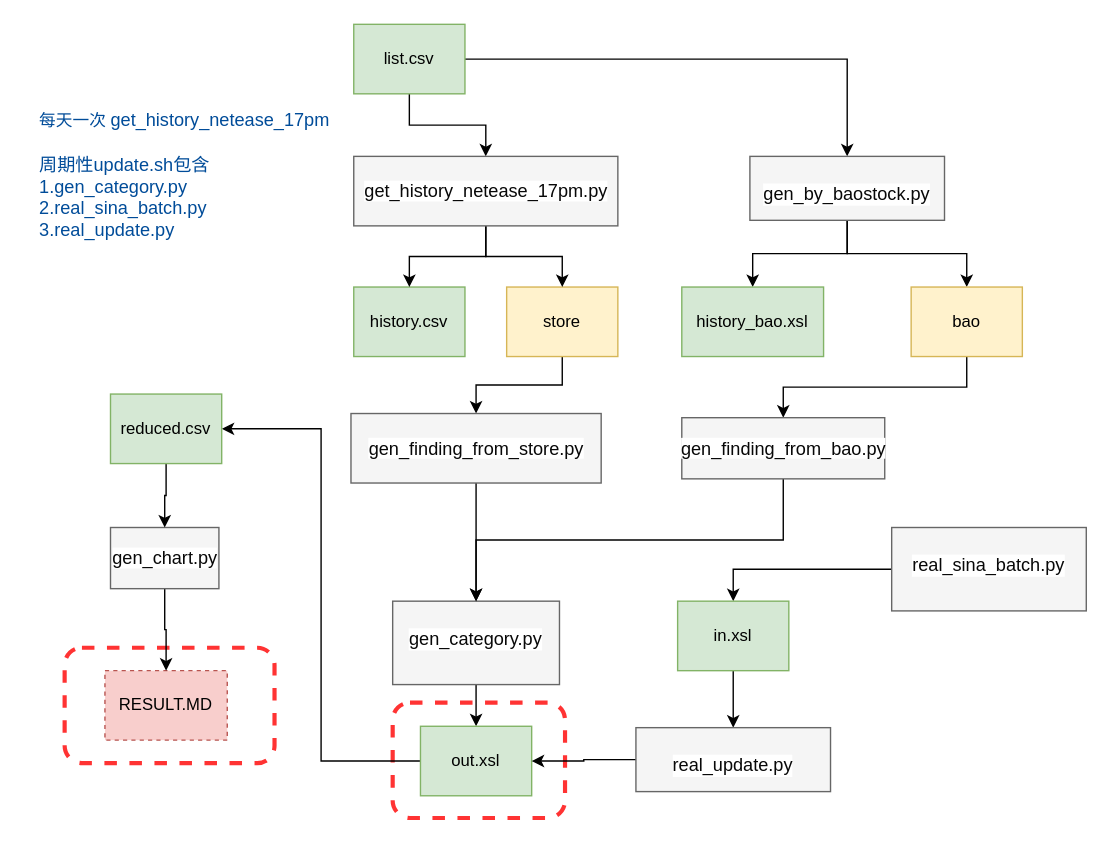
This is page "架构" (1 of 2) of arch.drawio from zbo/zboDoMess, a draw.io file, before an edit. Source tidied: cells renumbered, new cells numbered last; positions are measured from the earlier drawing's top-left corner, leaving out a move shared by most shapes. Both pictures are drawn from the tidied source at 139%, with x=0, y=0 at pixel (24, 24).
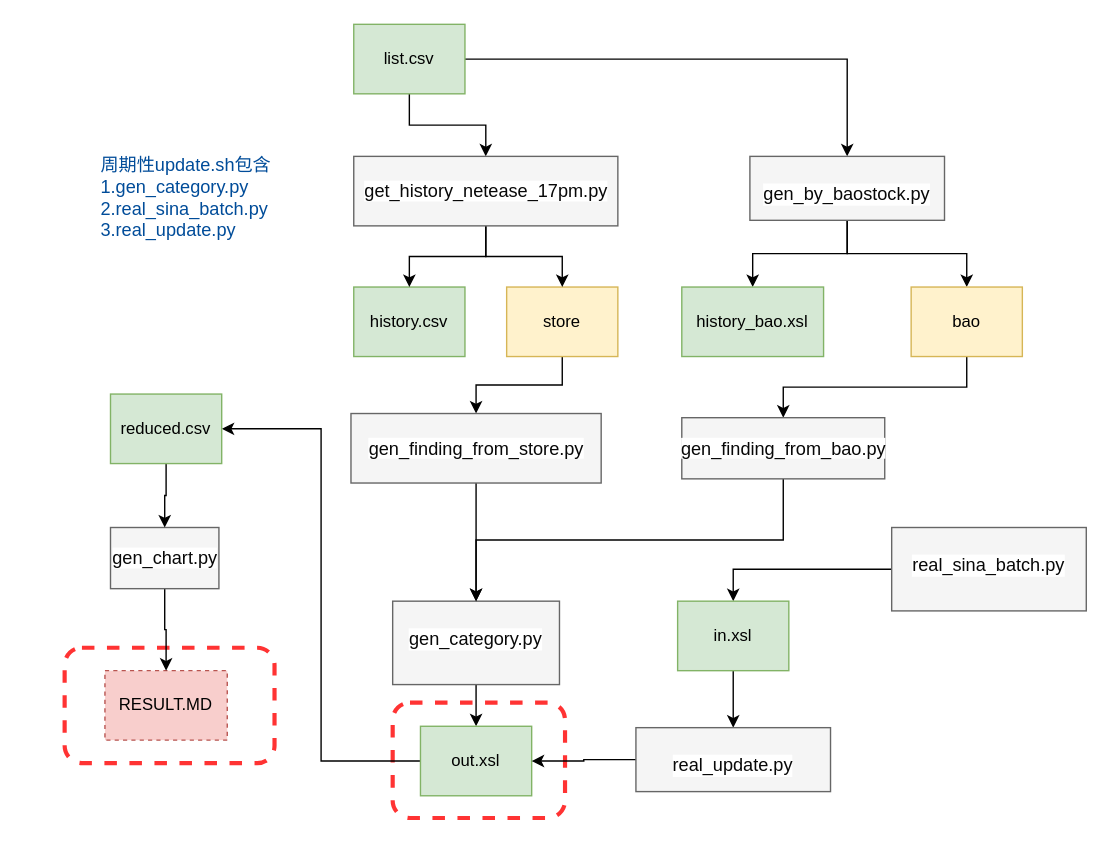
Above is the later version.

The edit, as a diff of the source:
```diff
@@
-    <mxCell id="27" value="&lt;div style=&quot;text-align: left&quot;&gt;&lt;span&gt;每天一次&amp;nbsp;&lt;/span&gt;&lt;span style=&quot;background-color: rgb(255, 255, 255); font-family: &amp;quot;.applesystemuifont&amp;quot;; font-size: 9.8pt;&quot;&gt;get_history_netease_17pm&lt;/span&gt;&lt;/div&gt;&lt;span style=&quot;background-color: rgb(255 , 255 , 255)&quot;&gt;&lt;div style=&quot;text-align: left&quot;&gt;&lt;font face=&quot;.applesystemuifont&quot;&gt;&lt;span style=&quot;font-size: 13.0667px&quot;&gt;&lt;br&gt;&lt;/span&gt;&lt;/font&gt;&lt;/div&gt;&lt;font face=&quot;.applesystemuifont&quot;&gt;&lt;div style=&quot;text-align: left&quot;&gt;&lt;span style=&quot;font-size: 9.8pt&quot;&gt;周期性update.sh包含&lt;/span&gt;&lt;/div&gt;&lt;/font&gt;&lt;font face=&quot;.applesystemuifont&quot;&gt;&lt;div style=&quot;text-align: left&quot;&gt;&lt;span style=&quot;font-size: 9.8pt&quot;&gt;1.&lt;/span&gt;&lt;span style=&quot;font-family: &amp;quot;.applesystemuifont&amp;quot; ; font-size: 9.8pt ; text-align: center&quot;&gt;gen_category.py&lt;/span&gt;&lt;/div&gt;&lt;div style=&quot;text-align: left&quot;&gt;&lt;span style=&quot;font-family: &amp;quot;.applesystemuifont&amp;quot; ; font-size: 9.8pt ; text-align: center&quot;&gt;2.&lt;/span&gt;&lt;span style=&quot;font-family: &amp;quot;.applesystemuifont&amp;quot; ; font-size: 9.8pt ; text-align: center&quot;&gt;real_sina_batch.py&lt;/span&gt;&lt;/div&gt;&lt;div style=&quot;text-align: left&quot;&gt;&lt;span style=&quot;font-family: &amp;quot;.applesystemuifont&amp;quot; ; font-size: 9.8pt ; text-align: center&quot;&gt;3.&lt;/span&gt;&lt;span style=&quot;font-family: &amp;quot;.applesystemuifont&amp;quot; ; font-size: 9.8pt ; text-align: center&quot;&gt;real_update.py&lt;/span&gt;&lt;/div&gt;&lt;/font&gt;&lt;/span&gt;" style="text;html=1;align=center;verticalAlign=middle;strokeColor=none;fontColor=#004C99;" parent="1" vertex="1">
-      <mxGeometry y="64" width="230" height="90" as="geometry" />
+    <mxCell id="27" value="&lt;div style=&quot;text-align: left&quot;&gt;&lt;br&gt;&lt;/div&gt;&lt;span style=&quot;background-color: rgb(255 , 255 , 255)&quot;&gt;&lt;div style=&quot;text-align: left&quot;&gt;&lt;font face=&quot;.applesystemuifont&quot;&gt;&lt;span style=&quot;font-size: 13.0667px&quot;&gt;&lt;br&gt;&lt;/span&gt;&lt;/font&gt;&lt;/div&gt;&lt;font face=&quot;.applesystemuifont&quot;&gt;&lt;div style=&quot;text-align: left&quot;&gt;&lt;span style=&quot;font-size: 9.8pt&quot;&gt;周期性update.sh包含&lt;/span&gt;&lt;/div&gt;&lt;/font&gt;&lt;font face=&quot;.applesystemuifont&quot;&gt;&lt;div style=&quot;text-align: left&quot;&gt;&lt;span style=&quot;font-size: 9.8pt&quot;&gt;1.&lt;/span&gt;&lt;span style=&quot;font-family: &amp;#34;.applesystemuifont&amp;#34; ; font-size: 9.8pt ; text-align: center&quot;&gt;gen_category.py&lt;/span&gt;&lt;/div&gt;&lt;div style=&quot;text-align: left&quot;&gt;&lt;span style=&quot;font-family: &amp;#34;.applesystemuifont&amp;#34; ; font-size: 9.8pt ; text-align: center&quot;&gt;2.&lt;/span&gt;&lt;span style=&quot;font-family: &amp;#34;.applesystemuifont&amp;#34; ; font-size: 9.8pt ; text-align: center&quot;&gt;real_sina_batch.py&lt;/span&gt;&lt;/div&gt;&lt;div style=&quot;text-align: left&quot;&gt;&lt;span style=&quot;font-family: &amp;#34;.applesystemuifont&amp;#34; ; font-size: 9.8pt ; text-align: center&quot;&gt;3.&lt;/span&gt;&lt;span style=&quot;font-family: &amp;#34;.applesystemuifont&amp;#34; ; font-size: 9.8pt ; text-align: center&quot;&gt;real_update.py&lt;/span&gt;&lt;/div&gt;&lt;/font&gt;&lt;/span&gt;" style="text;html=1;align=center;verticalAlign=middle;strokeColor=none;fontColor=#004C99;" parent="1" vertex="1">
+      <mxGeometry x="49" y="64" width="133" height="91" as="geometry" />
     </mxCell>
```
